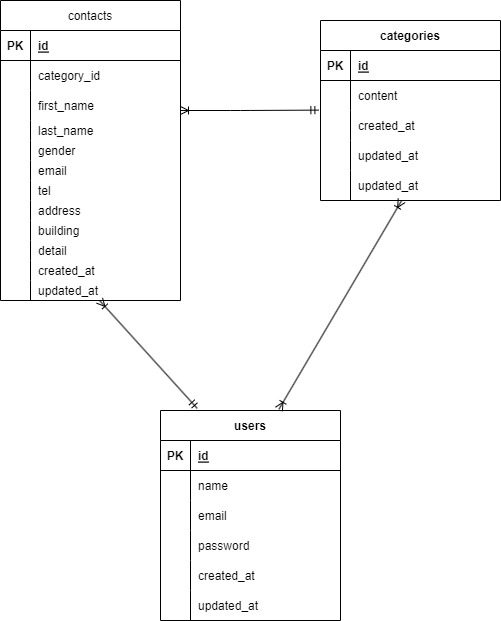
Earlier version of the draw.io export src/docs/er_diagram.drawio.png (kozuka-yuko/test-contact-form). Source tidied: cells renumbered, new cells last; positions are measured from the earlier drawing's top-left corner, leaving out a move shared by most shapes.
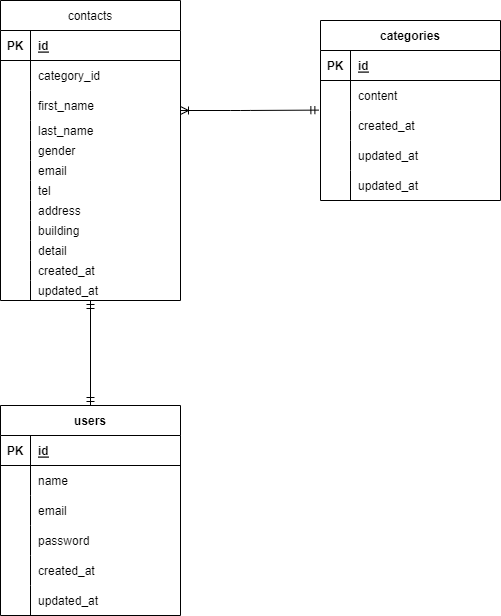
Later version of the same file.

Diff of the diagram source:
```diff
@@ -162,7 +162,7 @@
       <mxGeometry x="30" width="150" height="30" as="geometry" />
     </mxCell>
     <mxCell id="55" value="users" style="shape=table;startSize=30;rowLines=0;fontStyle=1;align=center;" parent="1" vertex="1">
-      <mxGeometry x="160" y="410" width="180" height="210" as="geometry" />
+      <mxGeometry y="405" width="180" height="210" as="geometry" />
     </mxCell>
     <mxCell id="56" style="shape=tableRow;horizontal=0;startSize=0;swimlaneHead=0;swimlaneBody=0;fillColor=none;top=0;left=0;right=0;bottom=1;" parent="55" vertex="1">
       <mxGeometry y="30" width="180" height="30" as="geometry" />
@@ -226,11 +226,10 @@
         </Array>
       </mxGeometry>
     </mxCell>
-    <mxCell id="75" style="fontSize=12;html=1;endArrow=ERoneToMany;startArrow=ERmandOne;exitX=0.204;exitY=-0.01;exitDx=0;exitDy=0;exitPerimeter=0;" parent="1" edge="1" source="55" target="36">
-      <mxGeometry relative="1" as="geometry" />
-    </mxCell>
-    <mxCell id="76" style="fontSize=12;html=1;endArrow=ERoneToMany;startArrow=ERoneToMany;exitX=0.658;exitY=-0.006;exitDx=0;exitDy=0;exitPerimeter=0;" parent="1" edge="1" source="55" target="52">
-      <mxGeometry relative="1" as="geometry" />
-    </mxCell>
+    <mxCell id="77" style="fontSize=12;html=1;endArrow=ERmandOne;startArrow=ERmandOne;exitX=0.5;exitY=0;exitDx=0;exitDy=0;" parent="1" edge="1" source="55">
+      <mxGeometry relative="1" as="geometry">
+        <mxPoint x="90" y="300" as="targetPoint" />
+      </mxGeometry>
+    </mxCell>
   </root>
 </mxGraphModel>
```
